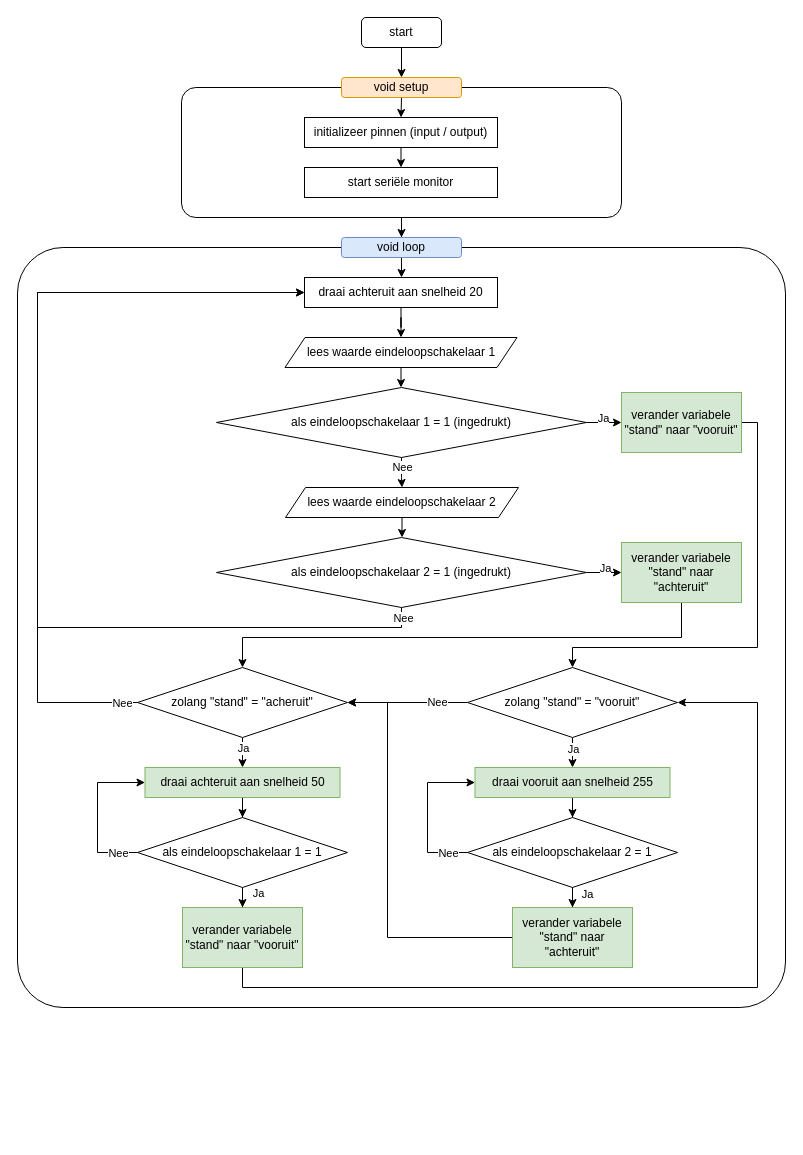
Above: flow.drawio in crearth/c (draw.io), before the change. Source tidied: cells renumbered, new cells numbered last; positions are measured from the earlier drawing's top-left corner, leaving out a move shared by most shapes. Both pictures are drawn from the tidied source at 100%, with x=0, y=0 at pixel (17, 17).
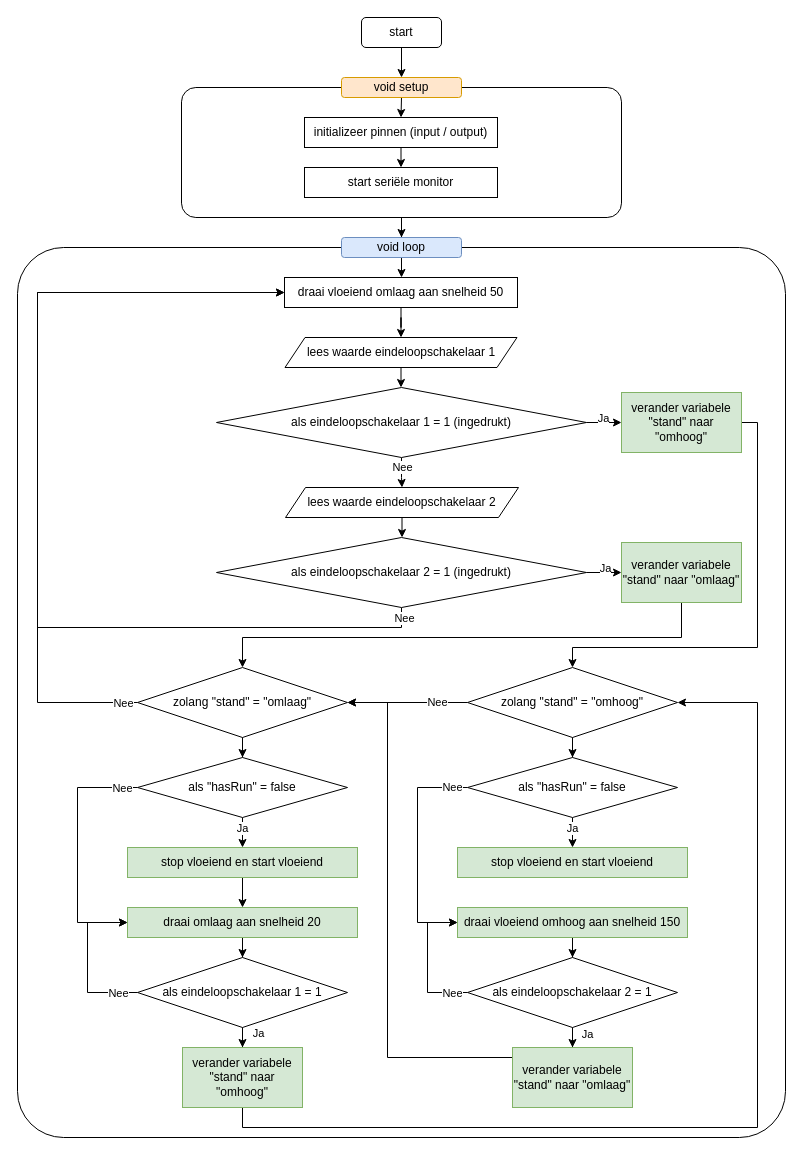
The same page after the edit.

The edit, as a diff of the source:
```diff
@@
     <mxCell id="11" style="rounded=1;whiteSpace=wrap;html=1;arcSize=6;" parent="1" vertex="1">
-      <mxGeometry y="230" width="768" height="760" as="geometry" />
+      <mxGeometry y="230" width="768" height="890" as="geometry" />
     </mxCell>
@@
-    <mxCell id="15" value="draai achteruit aan snelheid 20" style="rounded=0;whiteSpace=wrap;html=1;" parent="1" vertex="1">
-      <mxGeometry x="287" y="260" width="193" height="30" as="geometry" />
+    <mxCell id="15" value="draai vloeiend omlaag aan snelheid 50" style="rounded=0;whiteSpace=wrap;html=1;" parent="1" vertex="1">
+      <mxGeometry x="267" y="260" width="233" height="30" as="geometry" />
     </mxCell>
@@
-    <mxCell id="22" value="verander variabele &quot;stand&quot; naar &quot;vooruit&quot;" style="rounded=0;whiteSpace=wrap;html=1;fillColor=#d5e8d4;strokeColor=#82b366;" parent="1" vertex="1">
+    <mxCell id="22" value="verander variabele &quot;stand&quot; naar &quot;omhoog&quot;" style="rounded=0;whiteSpace=wrap;html=1;fillColor=#d5e8d4;strokeColor=#82b366;" parent="1" vertex="1">
       <mxGeometry x="604" y="375" width="120" height="60" as="geometry" />
     </mxCell>
@@
-    <mxCell id="29" value="verander variabele &quot;stand&quot; naar &quot;achteruit&quot;" style="rounded=0;whiteSpace=wrap;html=1;fillColor=#d5e8d4;strokeColor=#82b366;" parent="1" vertex="1">
+    <mxCell id="29" value="verander variabele &quot;stand&quot; naar &quot;omlaag&quot;" style="rounded=0;whiteSpace=wrap;html=1;fillColor=#d5e8d4;strokeColor=#82b366;" parent="1" vertex="1">
       <mxGeometry x="604" y="525" width="120" height="60" as="geometry" />
     </mxCell>
@@
-    <mxCell id="34" style="edgeStyle=orthogonalEdgeStyle;rounded=0;jettySize=auto;html=1;entryX=0.5;entryY=0;entryDx=0;entryDy=0;" parent="1" edge="1" source="38" target="40">
-      <mxGeometry relative="1" as="geometry" />
-    </mxCell>
-    <mxCell id="35" value="Ja" style="edgeLabel;html=1;align=center;verticalAlign=middle;" parent="34" vertex="1">
-      <mxGeometry x="-0.76" y="1" relative="1" as="geometry">
-        <mxPoint x="-1" y="4" as="offset" />
-      </mxGeometry>
-    </mxCell>
@@
+    <mxCell id="61" style="edgeStyle=orthogonalEdgeStyle;rounded=0;jettySize=auto;html=1;entryX=0.5;entryY=0;entryDx=0;entryDy=0;" parent="1" edge="1" source="38" target="67">
+      <mxGeometry relative="1" as="geometry" />
+    </mxCell>
-    <mxCell id="38" value="zolang &quot;stand&quot; = &quot;acheruit&quot;" style="rhombus;whiteSpace=wrap;html=1;rounded=0;" parent="1" vertex="1">
+    <mxCell id="38" value="zolang &quot;stand&quot; = &quot;omlaag&quot;" style="rhombus;whiteSpace=wrap;html=1;rounded=0;" parent="1" vertex="1">
       <mxGeometry x="120" y="650" width="210" height="70" as="geometry" />
     </mxCell>
@@
-    <mxCell id="40" value="draai achteruit aan snelheid 50" style="rounded=0;whiteSpace=wrap;html=1;fillColor=#d5e8d4;strokeColor=#82b366;" parent="1" vertex="1">
-      <mxGeometry x="127.5" y="750" width="195" height="30" as="geometry" />
+    <mxCell id="40" value="draai omlaag aan snelheid 20" style="rounded=0;whiteSpace=wrap;html=1;fillColor=#d5e8d4;strokeColor=#82b366;" parent="1" vertex="1">
+      <mxGeometry x="110" y="890" width="230" height="30" as="geometry" />
     </mxCell>
-    <mxCell id="41" style="edgeStyle=orthogonalEdgeStyle;rounded=0;jettySize=auto;html=1;entryX=0.5;entryY=0;entryDx=0;entryDy=0;" parent="1" edge="1" target="46">
-      <mxGeometry relative="1" as="geometry">
-        <mxPoint x="555" y="720" as="sourcePoint" />
-      </mxGeometry>
-    </mxCell>
-    <mxCell id="42" value="Ja" style="edgeLabel;html=1;align=center;verticalAlign=middle;" parent="41" vertex="1">
-      <mxGeometry x="-0.26" y="1" relative="1" as="geometry">
-        <mxPoint x="-1" as="offset" />
-      </mxGeometry>
-    </mxCell>
@@
+    <mxCell id="62" style="edgeStyle=orthogonalEdgeStyle;rounded=0;jettySize=auto;html=1;" parent="1" edge="1" source="44" target="74">
+      <mxGeometry relative="1" as="geometry" />
+    </mxCell>
-    <mxCell id="44" value="zolang &quot;stand&quot; = &quot;vooruit&quot;" style="rhombus;whiteSpace=wrap;html=1;rounded=0;" parent="1" vertex="1">
+    <mxCell id="44" value="zolang &quot;stand&quot; = &quot;omhoog&quot;" style="rhombus;whiteSpace=wrap;html=1;rounded=0;" parent="1" vertex="1">
       <mxGeometry x="450" y="650" width="210" height="70" as="geometry" />
     </mxCell>
@@
-    <mxCell id="46" value="draai vooruit aan snelheid 255" style="rounded=0;whiteSpace=wrap;html=1;fillColor=#d5e8d4;strokeColor=#82b366;" parent="1" vertex="1">
-      <mxGeometry x="457.5" y="750" width="195" height="30" as="geometry" />
+    <mxCell id="46" value="draai vloeiend omhoog aan snelheid 150" style="rounded=0;whiteSpace=wrap;html=1;fillColor=#d5e8d4;strokeColor=#82b366;" parent="1" vertex="1">
+      <mxGeometry x="440" y="890" width="230" height="30" as="geometry" />
     </mxCell>
@@
     <mxCell id="49" style="edgeStyle=orthogonalEdgeStyle;rounded=0;jettySize=auto;html=1;" parent="1" edge="1" source="51" target="40">
       <mxGeometry relative="1" as="geometry">
         <Array as="points">
-          <mxPoint x="80" y="835" />
-          <mxPoint x="80" y="765" />
+          <mxPoint x="70" y="975" />
+          <mxPoint x="70" y="905" />
         </Array>
       </mxGeometry>
     </mxCell>
@@
     <mxCell id="51" value="als eindeloopschakelaar 1 = 1" style="rhombus;whiteSpace=wrap;html=1;rounded=0;" parent="1" vertex="1">
-      <mxGeometry x="120" y="800" width="210" height="70" as="geometry" />
+      <mxGeometry x="120" y="940" width="210" height="70" as="geometry" />
     </mxCell>
@@
     <mxCell id="54" style="edgeStyle=orthogonalEdgeStyle;rounded=0;jettySize=auto;html=1;" parent="1" edge="1" source="56" target="46">
       <mxGeometry relative="1" as="geometry">
         <Array as="points">
-          <mxPoint x="410" y="835" />
-          <mxPoint x="410" y="765" />
+          <mxPoint x="410" y="975" />
+          <mxPoint x="410" y="905" />
         </Array>
       </mxGeometry>
     </mxCell>
@@
     <mxCell id="56" value="als eindeloopschakelaar 2 = 1" style="rhombus;whiteSpace=wrap;html=1;rounded=0;" parent="1" vertex="1">
-      <mxGeometry x="450" y="800" width="210" height="70" as="geometry" />
+      <mxGeometry x="450" y="940" width="210" height="70" as="geometry" />
     </mxCell>
     <mxCell id="57" style="edgeStyle=orthogonalEdgeStyle;rounded=0;jettySize=auto;html=1;entryX=1;entryY=0.5;entryDx=0;entryDy=0;" parent="1" edge="1" source="58" target="44">
       <mxGeometry relative="1" as="geometry">
         <Array as="points">
-          <mxPoint x="225" y="970" />
-          <mxPoint x="740" y="970" />
+          <mxPoint x="225" y="1110" />
+          <mxPoint x="740" y="1110" />
           <mxPoint x="740" y="685" />
         </Array>
       </mxGeometry>
     </mxCell>
-    <mxCell id="58" value="verander variabele &quot;stand&quot; naar &quot;vooruit&quot;" style="rounded=0;whiteSpace=wrap;html=1;fillColor=#d5e8d4;strokeColor=#82b366;" parent="1" vertex="1">
-      <mxGeometry x="165" y="890" width="120" height="60" as="geometry" />
+    <mxCell id="58" value="verander variabele &quot;stand&quot; naar &quot;omhoog&quot;" style="rounded=0;whiteSpace=wrap;html=1;fillColor=#d5e8d4;strokeColor=#82b366;" parent="1" vertex="1">
+      <mxGeometry x="165" y="1030" width="120" height="60" as="geometry" />
     </mxCell>
     <mxCell id="59" style="edgeStyle=orthogonalEdgeStyle;rounded=0;jettySize=auto;html=1;entryX=1;entryY=0.5;entryDx=0;entryDy=0;" parent="1" edge="1" source="60" target="38">
       <mxGeometry relative="1" as="geometry">
         <Array as="points">
-          <mxPoint x="370" y="920" />
+          <mxPoint x="370" y="1040" />
           <mxPoint x="370" y="685" />
         </Array>
       </mxGeometry>
     </mxCell>
-    <mxCell id="60" value="verander variabele &quot;stand&quot; naar &quot;achteruit&quot;" style="rounded=0;whiteSpace=wrap;html=1;fillColor=#d5e8d4;strokeColor=#82b366;" parent="1" vertex="1">
-      <mxGeometry x="495" y="890" width="120" height="60" as="geometry" />
+    <mxCell id="60" value="verander variabele &quot;stand&quot; naar &quot;omlaag&quot;" style="rounded=0;whiteSpace=wrap;html=1;fillColor=#d5e8d4;strokeColor=#82b366;" parent="1" vertex="1">
+      <mxGeometry x="495" y="1030" width="120" height="60" as="geometry" />
     </mxCell>
+    <mxCell id="63" style="edgeStyle=orthogonalEdgeStyle;rounded=0;jettySize=auto;html=1;" parent="1" edge="1" source="67" target="69">
+      <mxGeometry relative="1" as="geometry" />
+    </mxCell>
+    <mxCell id="64" value="Ja" style="edgeLabel;html=1;align=center;verticalAlign=middle;" parent="63" vertex="1">
+      <mxGeometry x="-0.84" y="-1" relative="1" as="geometry">
+        <mxPoint y="6" as="offset" />
+      </mxGeometry>
+    </mxCell>
+    <mxCell id="65" style="edgeStyle=orthogonalEdgeStyle;rounded=0;jettySize=auto;html=1;" parent="1" edge="1" source="67" target="40">
+      <mxGeometry relative="1" as="geometry">
+        <Array as="points">
+          <mxPoint x="60" y="770" />
+          <mxPoint x="60" y="905" />
+        </Array>
+      </mxGeometry>
+    </mxCell>
+    <mxCell id="66" value="Nee" style="edgeLabel;html=1;align=center;verticalAlign=middle;" parent="65" vertex="1">
+      <mxGeometry x="-0.87" relative="1" as="geometry" />
+    </mxCell>
+    <mxCell id="67" value="als &quot;hasRun&quot; = false" style="rhombus;whiteSpace=wrap;html=1;rounded=0;" parent="1" vertex="1">
+      <mxGeometry x="120" y="740" width="210" height="60" as="geometry" />
+    </mxCell>
+    <mxCell id="68" style="edgeStyle=orthogonalEdgeStyle;rounded=0;jettySize=auto;html=1;entryX=0.5;entryY=0;entryDx=0;entryDy=0;" parent="1" edge="1" source="69" target="40">
+      <mxGeometry relative="1" as="geometry" />
+    </mxCell>
+    <mxCell id="69" value="stop vloeiend en start vloeiend" style="rounded=0;whiteSpace=wrap;html=1;fillColor=#d5e8d4;strokeColor=#82b366;" parent="1" vertex="1">
+      <mxGeometry x="110" y="830" width="230" height="30" as="geometry" />
+    </mxCell>
+    <mxCell id="70" style="edgeStyle=orthogonalEdgeStyle;rounded=0;jettySize=auto;html=1;" parent="1" edge="1" source="74" target="75">
+      <mxGeometry relative="1" as="geometry" />
+    </mxCell>
+    <mxCell id="71" value="Ja" style="edgeLabel;html=1;align=center;verticalAlign=middle;" parent="70" vertex="1">
+      <mxGeometry x="-0.84" y="-1" relative="1" as="geometry">
+        <mxPoint y="6" as="offset" />
+      </mxGeometry>
+    </mxCell>
+    <mxCell id="72" style="edgeStyle=orthogonalEdgeStyle;rounded=0;jettySize=auto;html=1;entryX=0;entryY=0.5;entryDx=0;entryDy=0;" parent="1" edge="1" source="74" target="46">
+      <mxGeometry relative="1" as="geometry">
+        <Array as="points">
+          <mxPoint x="400" y="770" />
+          <mxPoint x="400" y="905" />
+        </Array>
+      </mxGeometry>
+    </mxCell>
+    <mxCell id="73" value="Nee" style="edgeLabel;html=1;align=center;verticalAlign=middle;" parent="72" vertex="1">
+      <mxGeometry x="-0.86" y="-1" relative="1" as="geometry" />
+    </mxCell>
+    <mxCell id="74" value="als &quot;hasRun&quot; = false" style="rhombus;whiteSpace=wrap;html=1;rounded=0;" parent="1" vertex="1">
+      <mxGeometry x="450" y="740" width="210" height="60" as="geometry" />
+    </mxCell>
+    <mxCell id="75" value="stop vloeiend en start vloeiend" style="rounded=0;whiteSpace=wrap;html=1;fillColor=#d5e8d4;strokeColor=#82b366;" parent="1" vertex="1">
+      <mxGeometry x="440" y="830" width="230" height="30" as="geometry" />
+    </mxCell>
```
